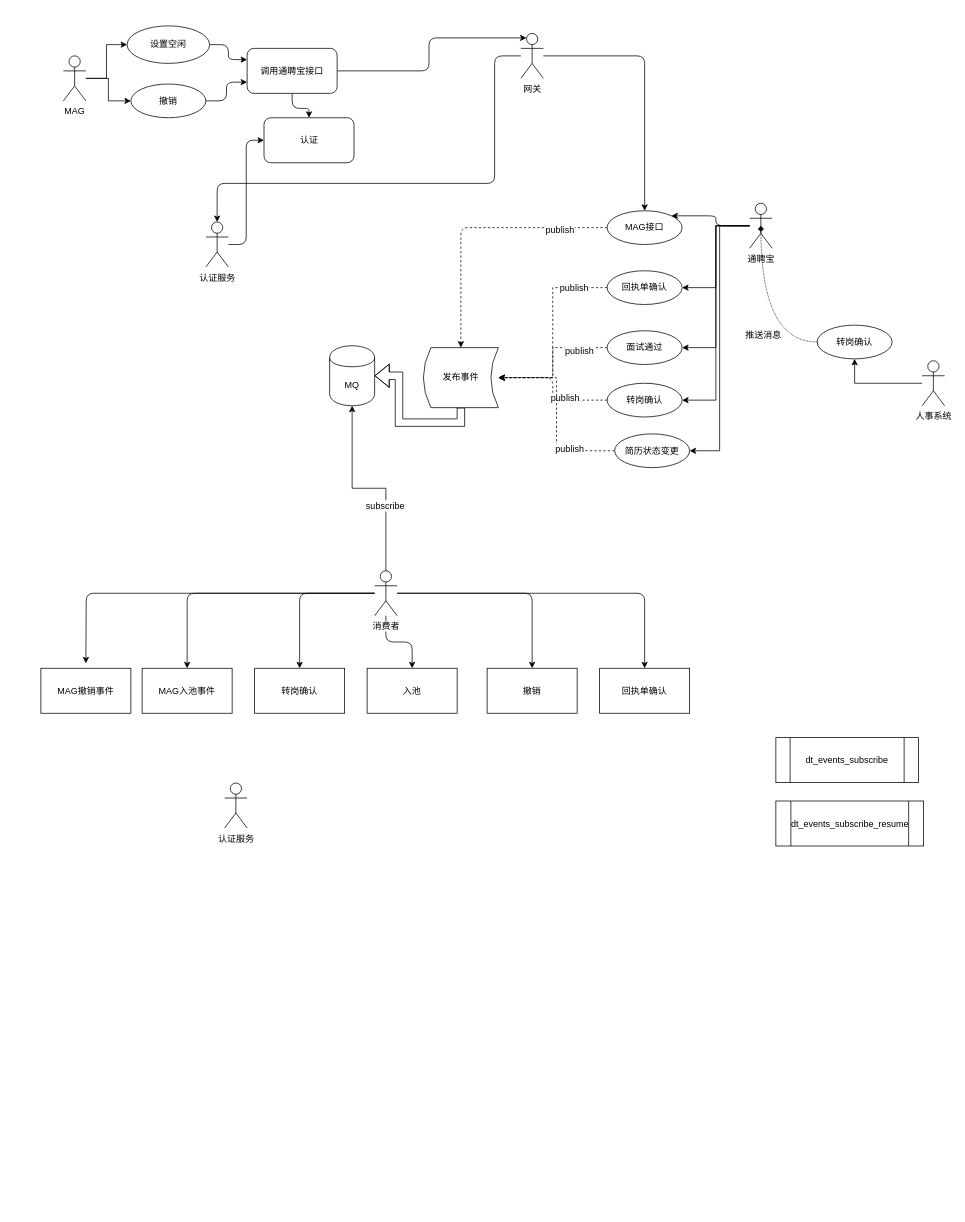
Before: source/通聘宝简历事件订阅.drawio in toby2o12/drawio, a draw.io diagram. Source tidied: cells renumbered, new cells numbered last; positions are measured from the earlier drawing's top-left corner, leaving out a move shared by most shapes. Both pictures are drawn from the tidied source at 75%, with x=0, y=0 at pixel (40, 26).
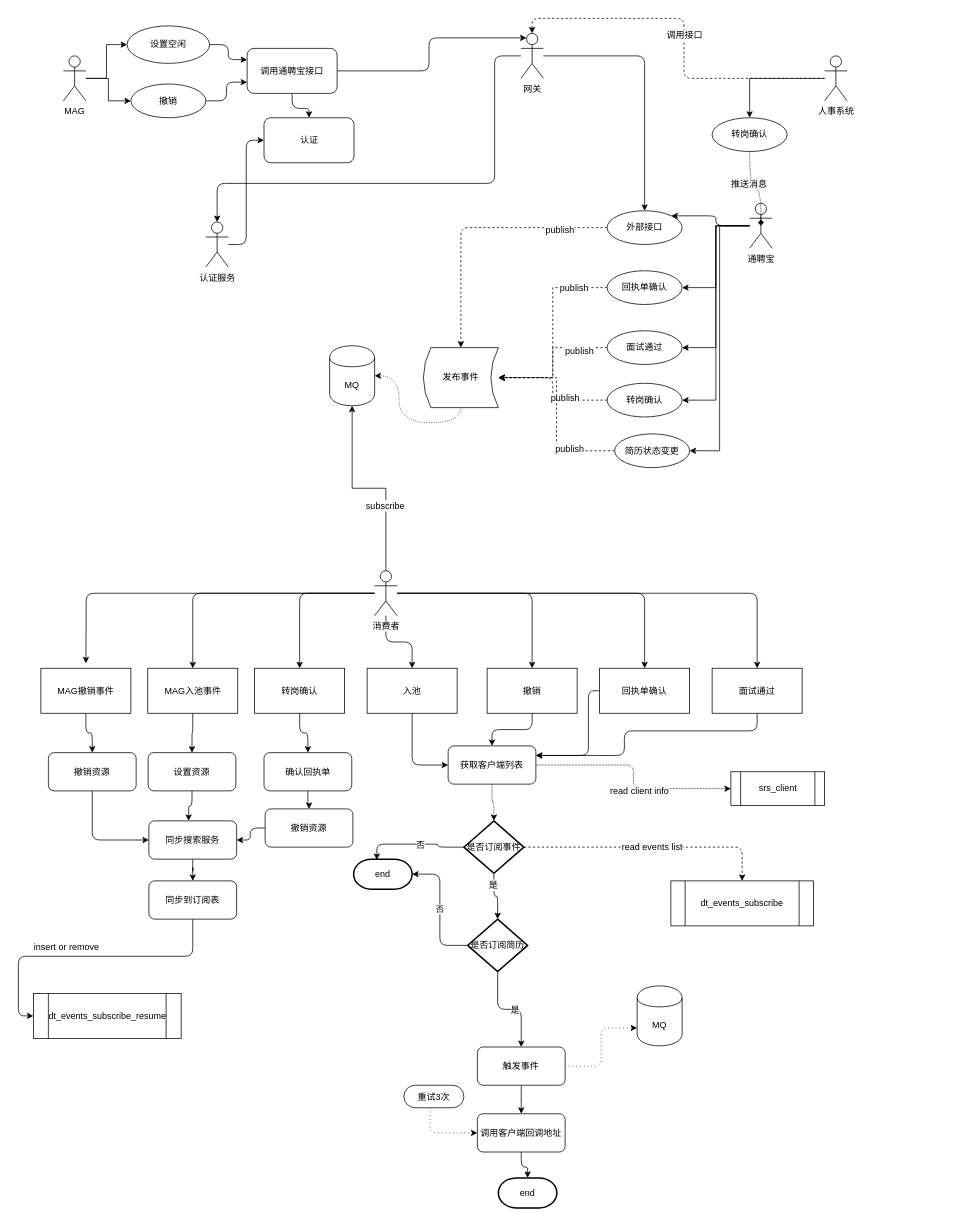
After the change.

Commit message (it also covers changes not shown here):
更新通聘宝简历事件订阅.drawio

Unchanged cells that the change refers to:
```xml
<mxCell id="2" value="入池" style="rounded=0;whiteSpace=wrap;html=1;" parent="1" vertex="1">
  <mxGeometry x="435" y="856.5" width="120" height="60" as="geometry" />
</mxCell>
<mxCell id="3" value="撤销" style="rounded=0;whiteSpace=wrap;html=1;" parent="1" vertex="1">
  <mxGeometry x="595" y="856.5" width="120" height="60" as="geometry" />
</mxCell>
<mxCell id="9" value="MQ" style="shape=cylinder;whiteSpace=wrap;html=1;boundedLbl=1;backgroundOutline=1;" parent="1" vertex="1">
  <mxGeometry x="385" y="426.5" width="60" height="80" as="geometry" />
</mxCell>
<mxCell id="10" value="回执单确认" style="rounded=0;whiteSpace=wrap;html=1;" parent="1" vertex="1">
  <mxGeometry x="745" y="856.5" width="120" height="60" as="geometry" />
</mxCell>
<mxCell id="11" value="转岗确认" style="rounded=0;whiteSpace=wrap;html=1;" parent="1" vertex="1">
  <mxGeometry x="285" y="856.5" width="120" height="60" as="geometry" />
</mxCell>
<mxCell id="34" value="发布事件" style="shape=dataStorage;whiteSpace=wrap;html=1;" parent="1" vertex="1">
  <mxGeometry x="510" y="429" width="100" height="80" as="geometry" />
</mxCell>
<mxCell id="43" value="消费者" style="shape=umlActor;verticalLabelPosition=bottom;labelBackgroundColor=#ffffff;verticalAlign=top;html=1;outlineConnect=0;" parent="1" vertex="1">
  <mxGeometry x="445" y="726.5" width="30" height="60" as="geometry" />
</mxCell>
<mxCell id="59" value="网关" style="shape=umlActor;verticalLabelPosition=bottom;labelBackgroundColor=#ffffff;verticalAlign=top;html=1;outlineConnect=0;" parent="1" vertex="1">
  <mxGeometry x="640" y="10" width="30" height="60" as="geometry" />
</mxCell>
<mxCell id="64" value="MAG撤销事件" style="rounded=0;whiteSpace=wrap;html=1;" parent="1" vertex="1">
  <mxGeometry y="856.5" width="120" height="60" as="geometry" />
</mxCell>
```

What changed in the source:
```diff
@@
+    <mxCell id="65" style="edgeStyle=orthogonalEdgeStyle;rounded=1;jettySize=auto;html=1;entryX=0;entryY=0.5;entryDx=0;entryDy=0;startArrow=none;startFill=0;endArrow=classic;endFill=1;" parent="1" edge="1" source="2" target="93">
+      <mxGeometry relative="1" as="geometry" />
+    </mxCell>
@@
+    <mxCell id="66" style="edgeStyle=orthogonalEdgeStyle;rounded=1;jettySize=auto;html=1;entryX=0.5;entryY=0;entryDx=0;entryDy=0;startArrow=none;startFill=0;endArrow=classic;endFill=1;" parent="1" edge="1" source="3" target="93">
+      <mxGeometry relative="1" as="geometry" />
+    </mxCell>
@@
     <mxCell id="4" value="dt_events_subscribe" style="shape=process;whiteSpace=wrap;html=1;backgroundOutline=1;" parent="1" vertex="1">
-      <mxGeometry x="980" y="949" width="190" height="60" as="geometry" />
+      <mxGeometry x="840" y="1140" width="190" height="60" as="geometry" />
     </mxCell>
     <mxCell id="5" value="dt_events_subscribe_resume" style="shape=process;whiteSpace=wrap;html=1;backgroundOutline=1;" parent="1" vertex="1">
-      <mxGeometry x="980" y="1033.5" width="197" height="60" as="geometry" />
+      <mxGeometry x="-10" y="1290" width="197" height="60" as="geometry" />
     </mxCell>
@@
+    <mxCell id="67" style="edgeStyle=orthogonalEdgeStyle;rounded=1;jettySize=auto;html=1;entryX=1;entryY=0.25;entryDx=0;entryDy=0;startArrow=none;startFill=0;endArrow=classic;endFill=1;" parent="1" edge="1" source="10" target="93">
+      <mxGeometry relative="1" as="geometry">
+        <Array as="points">
+          <mxPoint x="730" y="887" />
+          <mxPoint x="730" y="973" />
+        </Array>
+      </mxGeometry>
+    </mxCell>
@@
+    <mxCell id="68" style="edgeStyle=orthogonalEdgeStyle;rounded=1;jettySize=auto;html=1;entryX=0.5;entryY=0;entryDx=0;entryDy=0;startArrow=none;startFill=0;endArrow=classic;endFill=1;" parent="1" edge="1" source="11" target="112">
+      <mxGeometry relative="1" as="geometry" />
+    </mxCell>
@@
+    <mxCell id="69" style="edgeStyle=orthogonalEdgeStyle;rounded=1;jettySize=auto;html=1;entryX=0.5;entryY=0;entryDx=0;entryDy=0;entryPerimeter=0;startArrow=none;startFill=0;endArrow=classic;endFill=1;strokeColor=#000000;dashed=1;" parent="1" edge="1" source="19" target="59">
+      <mxGeometry relative="1" as="geometry" />
+    </mxCell>
+    <mxCell id="70" value="调用接口" style="text;html=1;align=center;verticalAlign=middle;labelBackgroundColor=#ffffff;" parent="69" vertex="1">
+      <mxGeometry relative="1" as="geometry" />
+    </mxCell>
     <mxCell id="19" value="人事系统" style="shape=umlActor;verticalLabelPosition=bottom;labelBackgroundColor=#ffffff;verticalAlign=top;html=1;" parent="1" vertex="1">
-      <mxGeometry x="1175" y="446.5" width="30" height="60" as="geometry" />
+      <mxGeometry x="1045" y="40" width="30" height="60" as="geometry" />
     </mxCell>
@@
     <mxCell id="26" value="转岗确认" style="ellipse;whiteSpace=wrap;html=1;" parent="1" vertex="1">
-      <mxGeometry x="1035" y="399" width="100" height="45" as="geometry" />
+      <mxGeometry x="895" y="122.5" width="100" height="45" as="geometry" />
     </mxCell>
@@
-    <mxCell id="33" style="edgeStyle=orthogonalEdgeStyle;rounded=0;jettySize=auto;html=1;entryX=1;entryY=0.5;entryDx=0;entryDy=0;startArrow=none;startFill=0;shape=flexArrow;exitX=0.5;exitY=1;exitDx=0;exitDy=0;" parent="1" edge="1" source="34" target="9">
+    <mxCell id="33" style="edgeStyle=orthogonalEdgeStyle;jettySize=auto;html=1;entryX=1;entryY=0.5;entryDx=0;entryDy=0;startArrow=none;startFill=0;exitX=0.5;exitY=1;exitDx=0;exitDy=0;dashed=1;dashPattern=1 2;strokeColor=#000000;curved=1;" parent="1" edge="1" source="34" target="9">
       <mxGeometry relative="1" as="geometry" />
     </mxCell>
@@
+    <mxCell id="71" style="edgeStyle=orthogonalEdgeStyle;rounded=1;jettySize=auto;html=1;entryX=0.5;entryY=0;entryDx=0;entryDy=0;startArrow=none;startFill=0;endArrow=classic;endFill=1;" parent="1" edge="1" source="43" target="84">
+      <mxGeometry relative="1" as="geometry" />
+    </mxCell>
@@
-    <mxCell id="47" value="认证服务" style="shape=umlActor;verticalLabelPosition=bottom;labelBackgroundColor=#ffffff;verticalAlign=top;html=1;" parent="1" vertex="1">
-      <mxGeometry x="245" y="1009.5" width="30" height="60" as="geometry" />
-    </mxCell>
@@
-    <mxCell id="62" value="MAG接口" style="ellipse;whiteSpace=wrap;html=1;" parent="1" vertex="1">
+    <mxCell id="62" value="外部接口" style="ellipse;whiteSpace=wrap;html=1;" parent="1" vertex="1">
       <mxGeometry x="755" y="246.5" width="100" height="45" as="geometry" />
     </mxCell>
+    <mxCell id="72" style="edgeStyle=orthogonalEdgeStyle;rounded=1;jettySize=auto;html=1;startArrow=none;startFill=0;endArrow=classic;endFill=1;" parent="1" edge="1" source="63" target="75">
+      <mxGeometry relative="1" as="geometry" />
+    </mxCell>
     <mxCell id="63" value="MAG入池事件" style="rounded=0;whiteSpace=wrap;html=1;" parent="1" vertex="1">
-      <mxGeometry x="135" y="856.5" width="120" height="60" as="geometry" />
+      <mxGeometry x="142.5" y="856.5" width="120" height="60" as="geometry" />
     </mxCell>
+    <mxCell id="73" style="edgeStyle=orthogonalEdgeStyle;rounded=1;jettySize=auto;html=1;entryX=0.5;entryY=0;entryDx=0;entryDy=0;startArrow=none;startFill=0;endArrow=classic;endFill=1;" parent="1" edge="1" source="64" target="82">
+      <mxGeometry relative="1" as="geometry" />
+    </mxCell>
@@
+    <mxCell id="74" style="edgeStyle=orthogonalEdgeStyle;rounded=1;jettySize=auto;html=1;entryX=0.453;entryY=0;entryDx=0;entryDy=0;entryPerimeter=0;startArrow=none;startFill=0;endArrow=classic;endFill=1;" parent="1" edge="1" source="75" target="77">
+      <mxGeometry relative="1" as="geometry" />
+    </mxCell>
+    <mxCell id="75" value="设置资源" style="shape=ext;rounded=1;html=1;whiteSpace=wrap;" parent="1" vertex="1">
+      <mxGeometry x="143" y="969" width="117" height="51" as="geometry" />
+    </mxCell>
+    <mxCell id="76" style="edgeStyle=orthogonalEdgeStyle;rounded=1;jettySize=auto;html=1;entryX=0.5;entryY=0;entryDx=0;entryDy=0;startArrow=none;startFill=0;endArrow=classic;endFill=1;" parent="1" edge="1" source="77" target="80">
+      <mxGeometry relative="1" as="geometry" />
+    </mxCell>
+    <mxCell id="77" value="同步搜索服务" style="shape=ext;rounded=1;html=1;whiteSpace=wrap;" parent="1" vertex="1">
+      <mxGeometry x="144" y="1060" width="117" height="51" as="geometry" />
+    </mxCell>
+    <mxCell id="78" style="edgeStyle=orthogonalEdgeStyle;rounded=1;jettySize=auto;html=1;entryX=0;entryY=0.5;entryDx=0;entryDy=0;startArrow=none;startFill=0;endArrow=classic;endFill=1;" parent="1" edge="1" source="80" target="5">
+      <mxGeometry relative="1" as="geometry" />
+    </mxCell>
+    <mxCell id="79" value="insert or remove" style="text;html=1;align=center;verticalAlign=middle;labelBackgroundColor=#ffffff;" parent="78" vertex="1">
+      <mxGeometry x="0.15" y="-12" relative="1" as="geometry" />
+    </mxCell>
+    <mxCell id="80" value="同步到订阅表" style="shape=ext;rounded=1;html=1;whiteSpace=wrap;" parent="1" vertex="1">
+      <mxGeometry x="144" y="1140" width="117" height="51" as="geometry" />
+    </mxCell>
+    <mxCell id="81" style="edgeStyle=orthogonalEdgeStyle;rounded=1;jettySize=auto;html=1;entryX=0;entryY=0.5;entryDx=0;entryDy=0;startArrow=none;startFill=0;endArrow=classic;endFill=1;exitX=0.5;exitY=1;exitDx=0;exitDy=0;" parent="1" edge="1" source="82" target="77">
+      <mxGeometry relative="1" as="geometry" />
+    </mxCell>
+    <mxCell id="82" value="撤销资源" style="shape=ext;rounded=1;html=1;whiteSpace=wrap;" parent="1" vertex="1">
+      <mxGeometry x="10" y="969" width="117" height="51" as="geometry" />
+    </mxCell>
+    <mxCell id="83" style="edgeStyle=orthogonalEdgeStyle;rounded=1;jettySize=auto;html=1;entryX=1;entryY=0.25;entryDx=0;entryDy=0;startArrow=none;startFill=0;endArrow=classic;endFill=1;" parent="1" edge="1" source="84" target="93">
+      <mxGeometry relative="1" as="geometry">
+        <Array as="points">
+          <mxPoint x="955" y="940" />
+          <mxPoint x="778" y="940" />
+          <mxPoint x="778" y="973" />
+        </Array>
+      </mxGeometry>
+    </mxCell>
+    <mxCell id="84" value="面试通过" style="rounded=0;whiteSpace=wrap;html=1;" parent="1" vertex="1">
+      <mxGeometry x="895" y="856.5" width="120" height="60" as="geometry" />
+    </mxCell>
+    <mxCell id="85" value="否" style="edgeStyle=orthogonalEdgeStyle;rounded=1;jettySize=auto;html=1;entryX=1;entryY=0.5;entryDx=0;entryDy=0;entryPerimeter=0;startArrow=none;startFill=0;endArrow=classic;endFill=1;" parent="1" edge="1" source="88" target="94">
+      <mxGeometry relative="1" as="geometry" />
+    </mxCell>
+    <mxCell id="86" style="edgeStyle=orthogonalEdgeStyle;rounded=1;jettySize=auto;html=1;entryX=0.5;entryY=0;entryDx=0;entryDy=0;startArrow=none;startFill=0;endArrow=classic;endFill=1;" parent="1" edge="1" source="88" target="97">
+      <mxGeometry relative="1" as="geometry" />
+    </mxCell>
+    <mxCell id="87" value="是" style="text;html=1;align=center;verticalAlign=middle;labelBackgroundColor=#ffffff;" parent="86" vertex="1">
+      <mxGeometry x="-0.01" y="-9" relative="1" as="geometry">
+        <mxPoint x="8" y="-8" as="offset" />
+      </mxGeometry>
+    </mxCell>
+    <mxCell id="88" value="是否订阅简历" style="strokeWidth=2;html=1;shape=mxgraph.flowchart.decision;whiteSpace=wrap;" parent="1" vertex="1">
+      <mxGeometry x="569" y="1191" width="80" height="70" as="geometry" />
+    </mxCell>
+    <mxCell id="89" value="srs_client" style="shape=process;whiteSpace=wrap;html=1;backgroundOutline=1;" parent="1" vertex="1">
+      <mxGeometry x="920" y="994.5" width="125" height="45" as="geometry" />
+    </mxCell>
+    <mxCell id="90" style="edgeStyle=orthogonalEdgeStyle;rounded=1;jettySize=auto;html=1;entryX=0;entryY=0.5;entryDx=0;entryDy=0;startArrow=none;startFill=0;endArrow=classic;endFill=1;dashed=1;dashPattern=1 1;" parent="1" edge="1" source="93" target="89">
+      <mxGeometry relative="1" as="geometry" />
+    </mxCell>
+    <mxCell id="91" value="read client info" style="text;html=1;align=center;verticalAlign=middle;labelBackgroundColor=#ffffff;" parent="90" vertex="1">
+      <mxGeometry x="0.16" y="-2" relative="1" as="geometry" />
+    </mxCell>
+    <mxCell id="92" style="edgeStyle=orthogonalEdgeStyle;rounded=1;jettySize=auto;html=1;dashed=1;dashPattern=1 1;startArrow=none;startFill=0;endArrow=classic;endFill=1;entryX=0.5;entryY=0;entryDx=0;entryDy=0;entryPerimeter=0;" parent="1" edge="1" source="93" target="110">
+      <mxGeometry relative="1" as="geometry" />
+    </mxCell>
+    <mxCell id="93" value="获取客户端列表" style="shape=ext;rounded=1;html=1;whiteSpace=wrap;" parent="1" vertex="1">
+      <mxGeometry x="543" y="960" width="117" height="51" as="geometry" />
+    </mxCell>
+    <mxCell id="94" value="end" style="strokeWidth=2;html=1;shape=mxgraph.flowchart.terminator;whiteSpace=wrap;" parent="1" vertex="1">
+      <mxGeometry x="417" y="1111" width="78" height="40" as="geometry" />
+    </mxCell>
+    <mxCell id="95" style="edgeStyle=orthogonalEdgeStyle;rounded=1;jettySize=auto;html=1;entryX=0;entryY=0.7;entryDx=0;entryDy=0;startArrow=none;startFill=0;endArrow=classic;endFill=1;dashed=1;dashPattern=1 4;" parent="1" edge="1" source="97" target="98">
+      <mxGeometry relative="1" as="geometry" />
+    </mxCell>
+    <mxCell id="96" style="edgeStyle=orthogonalEdgeStyle;rounded=1;jettySize=auto;html=1;entryX=0.5;entryY=0;entryDx=0;entryDy=0;startArrow=none;startFill=0;endArrow=classic;endFill=1;" parent="1" edge="1" source="97" target="100">
+      <mxGeometry relative="1" as="geometry" />
+    </mxCell>
+    <mxCell id="97" value="触发事件" style="shape=ext;rounded=1;html=1;whiteSpace=wrap;" parent="1" vertex="1">
+      <mxGeometry x="582" y="1361.5" width="117" height="51" as="geometry" />
+    </mxCell>
+    <mxCell id="98" value="MQ" style="shape=cylinder;whiteSpace=wrap;html=1;boundedLbl=1;backgroundOutline=1;" parent="1" vertex="1">
+      <mxGeometry x="795" y="1280" width="60" height="80" as="geometry" />
+    </mxCell>
+    <mxCell id="99" style="edgeStyle=orthogonalEdgeStyle;rounded=1;jettySize=auto;html=1;startArrow=none;startFill=0;endArrow=classic;endFill=1;" parent="1" edge="1" source="100" target="103">
+      <mxGeometry relative="1" as="geometry" />
+    </mxCell>
+    <mxCell id="100" value="调用客户端回调地址" style="shape=ext;rounded=1;html=1;whiteSpace=wrap;" parent="1" vertex="1">
+      <mxGeometry x="582" y="1450.5" width="117" height="51" as="geometry" />
+    </mxCell>
+    <mxCell id="101" style="edgeStyle=orthogonalEdgeStyle;rounded=1;jettySize=auto;html=1;dashed=1;dashPattern=1 4;startArrow=none;startFill=0;endArrow=classic;endFill=1;" parent="1" edge="1" source="102" target="100">
+      <mxGeometry relative="1" as="geometry">
+        <Array as="points">
+          <mxPoint x="519" y="1476" />
+        </Array>
+      </mxGeometry>
+    </mxCell>
+    <mxCell id="102" value="重试3次" style="whiteSpace=wrap;html=1;rounded=1;arcSize=50;align=center;verticalAlign=middle;strokeWidth=1;spacing=4;" parent="1" vertex="1">
+      <mxGeometry x="484" y="1412.5" width="80" height="30" as="geometry" />
+    </mxCell>
+    <mxCell id="103" value="end" style="strokeWidth=2;html=1;shape=mxgraph.flowchart.terminator;whiteSpace=wrap;" parent="1" vertex="1">
+      <mxGeometry x="610" y="1536" width="78" height="40" as="geometry" />
+    </mxCell>
+    <mxCell id="104" style="edgeStyle=orthogonalEdgeStyle;rounded=1;jettySize=auto;html=1;startArrow=none;startFill=0;endArrow=classic;endFill=1;" parent="1" edge="1" source="110" target="88">
+      <mxGeometry relative="1" as="geometry" />
+    </mxCell>
+    <mxCell id="105" value="是" style="text;html=1;align=center;verticalAlign=middle;labelBackgroundColor=#ffffff;" parent="104" vertex="1">
+      <mxGeometry x="-0.55" y="-2" relative="1" as="geometry" />
+    </mxCell>
+    <mxCell id="106" style="edgeStyle=orthogonalEdgeStyle;rounded=1;jettySize=auto;html=1;entryX=0.397;entryY=0.025;entryDx=0;entryDy=0;entryPerimeter=0;startArrow=none;startFill=0;endArrow=classic;endFill=1;" parent="1" edge="1" source="110" target="94">
+      <mxGeometry relative="1" as="geometry" />
+    </mxCell>
+    <mxCell id="107" value="否" style="text;html=1;align=center;verticalAlign=middle;labelBackgroundColor=#ffffff;" parent="106" vertex="1">
+      <mxGeometry x="-0.11" relative="1" as="geometry" />
+    </mxCell>
+    <mxCell id="108" style="edgeStyle=orthogonalEdgeStyle;rounded=1;jettySize=auto;html=1;startArrow=none;startFill=0;endArrow=classic;endFill=1;dashed=1;" parent="1" edge="1" source="110" target="4">
+      <mxGeometry relative="1" as="geometry" />
+    </mxCell>
+    <mxCell id="109" value="read events list" style="text;html=1;align=center;verticalAlign=middle;labelBackgroundColor=#ffffff;" parent="108" vertex="1">
+      <mxGeometry x="0.01" y="1" relative="1" as="geometry" />
+    </mxCell>
+    <mxCell id="110" value="是否订阅事件" style="strokeWidth=2;html=1;shape=mxgraph.flowchart.decision;whiteSpace=wrap;" parent="1" vertex="1">
+      <mxGeometry x="564" y="1060" width="80" height="70" as="geometry" />
+    </mxCell>
+    <mxCell id="111" style="edgeStyle=orthogonalEdgeStyle;rounded=1;jettySize=auto;html=1;entryX=0.5;entryY=0;entryDx=0;entryDy=0;startArrow=none;startFill=0;endArrow=classic;endFill=1;" parent="1" edge="1" source="112" target="114">
+      <mxGeometry relative="1" as="geometry" />
+    </mxCell>
+    <mxCell id="112" value="确认回执单" style="shape=ext;rounded=1;html=1;whiteSpace=wrap;" parent="1" vertex="1">
+      <mxGeometry x="297.5" y="969" width="117" height="51" as="geometry" />
+    </mxCell>
+    <mxCell id="113" style="edgeStyle=orthogonalEdgeStyle;rounded=1;jettySize=auto;html=1;entryX=1;entryY=0.5;entryDx=0;entryDy=0;startArrow=none;startFill=0;endArrow=classic;endFill=1;strokeColor=#000000;" parent="1" edge="1" source="114" target="77">
+      <mxGeometry relative="1" as="geometry" />
+    </mxCell>
+    <mxCell id="114" value="撤销资源" style="shape=ext;rounded=1;html=1;whiteSpace=wrap;" parent="1" vertex="1">
+      <mxGeometry x="299" y="1044" width="117" height="51" as="geometry" />
+    </mxCell>
```
